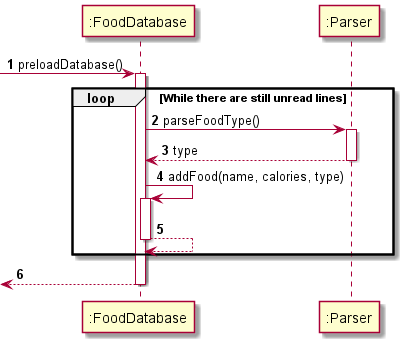
praj-bellakka/tp keeps this PlantUML diagram as docs/diagrams-DG/FoodDatabase_preloadDatabase_Seq.png. Above is the earlier version.
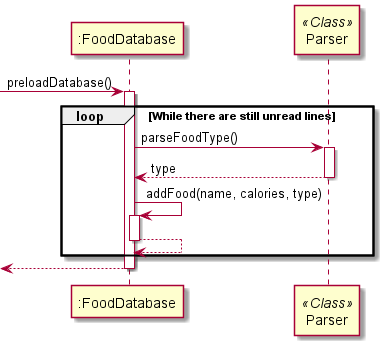
Above is the later version.

Change to the diagram source:
```diff
@@ -1,14 +1,14 @@
 @startuml
 
-autonumber
 
 -> ":FoodDatabase": preloadDatabase()
+participant Parser << Class >>
 activate ":FoodDatabase"
 
 loop While there are still unread lines
 
-    ":FoodDatabase" -> ":Parser": parseFoodType()
-    activate ":Parser"
+    ":FoodDatabase" -> Parser: parseFoodType()
+    activate Parser
     return type
 
     ":FoodDatabase" -> ":FoodDatabase": addFood(name, calories, type)
```
